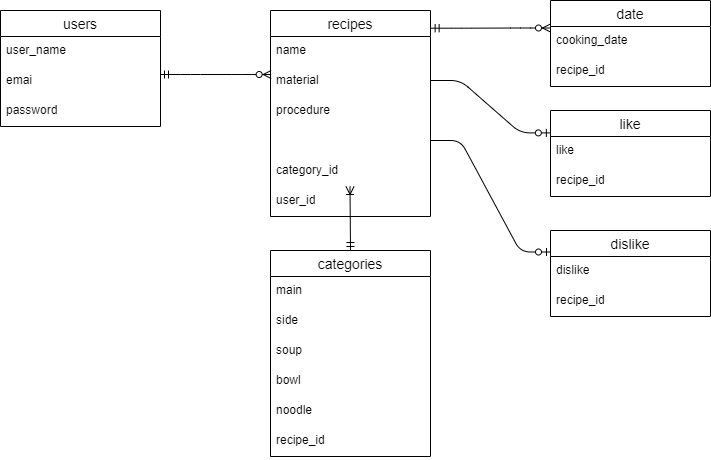
Earlier version of the draw.io export ER.drawio.png (akina0302/MyRecipe). Source tidied: cells renumbered, new cells last; positions are measured from the earlier drawing's top-left corner, leaving out a move shared by most shapes.
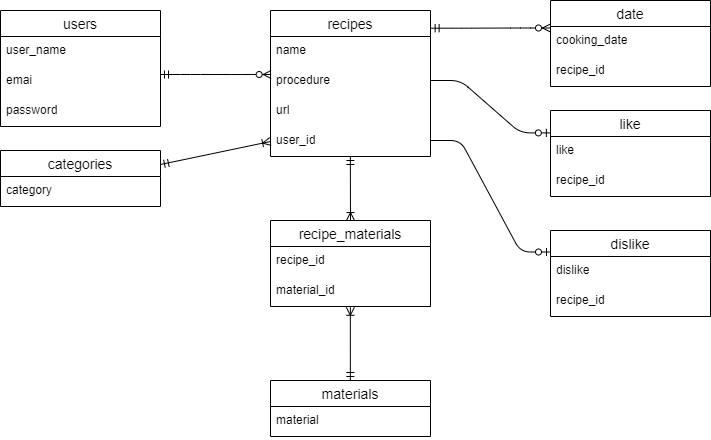
Above is the later version.

Diff of the diagram source:
```diff
@@ -15,11 +15,12 @@
       <mxGeometry y="86" width="160" height="30" as="geometry" />
     </mxCell>
     <mxCell id="6" value="recipes" style="swimlane;fontStyle=0;horizontal=1;startSize=26;align=center;fontSize=14;" parent="1" vertex="1">
-      <mxGeometry x="270" y="10" width="160" height="206" as="geometry" />
+      <mxGeometry x="270" y="10" width="160" height="146" as="geometry" />
     </mxCell>
-    <mxCell id="7" style="edgeStyle=entityRelationEdgeStyle;fontSize=12;html=1;endArrow=ERzeroToMany;startArrow=ERmandOne;entryX=0.004;entryY=0.267;entryDx=0;entryDy=0;entryPerimeter=0;" parent="6" edge="1" target="9">
+    <mxCell id="7" style="edgeStyle=entityRelationEdgeStyle;fontSize=12;html=1;endArrow=ERzeroToMany;startArrow=ERmandOne;entryX=0.004;entryY=0.267;entryDx=0;entryDy=0;entryPerimeter=0;" parent="6" edge="1">
       <mxGeometry relative="1" as="geometry">
         <mxPoint x="-110" y="64" as="sourcePoint" />
+        <mxPoint x="0.6" y="64" as="targetPoint" />
         <Array as="points">
           <mxPoint x="-50" y="71" />
           <mxPoint x="-20" y="66" />
@@ -30,42 +31,21 @@
     <mxCell id="8" value="name" style="text;strokeColor=none;fillColor=none;spacingLeft=4;spacingRight=4;overflow=hidden;fontSize=12;whiteSpace=wrap;html=1;" parent="6" vertex="1">
       <mxGeometry y="26" width="160" height="30" as="geometry" />
     </mxCell>
-    <mxCell id="9" value="material" style="text;strokeColor=none;fillColor=none;spacingLeft=4;spacingRight=4;overflow=hidden;points=[[0,0.5],[1,0.5]];portConstraint=eastwest;fontSize=12;whiteSpace=wrap;html=1;" parent="6" vertex="1">
-      <mxGeometry y="56" width="160" height="30" as="geometry" />
-    </mxCell>
     <mxCell id="10" value="procedure" style="text;strokeColor=none;fillColor=none;spacingLeft=4;spacingRight=4;overflow=hidden;fontSize=12;whiteSpace=wrap;html=1;" parent="6" vertex="1">
-      <mxGeometry y="86" width="160" height="30" as="geometry" />
+      <mxGeometry y="56" width="160" height="30" as="geometry" />
     </mxCell>
-    <mxCell id="11" style="text;strokeColor=none;fillColor=none;spacingLeft=4;spacingRight=4;overflow=hidden;fontSize=12;whiteSpace=wrap;html=1;" parent="6" vertex="1">
-      <mxGeometry y="116" width="160" height="30" as="geometry" />
+    <mxCell id="11" value="url" style="text;strokeColor=none;fillColor=none;spacingLeft=4;spacingRight=4;overflow=hidden;fontSize=12;whiteSpace=wrap;html=1;" parent="6" vertex="1">
+      <mxGeometry y="86" width="160" height="30" as="geometry" />
     </mxCell>
-    <mxCell id="12" value="category_id" style="text;strokeColor=none;fillColor=none;spacingLeft=4;spacingRight=4;overflow=hidden;fontSize=12;whiteSpace=wrap;html=1;" parent="6" vertex="1">
-      <mxGeometry y="146" width="160" height="30" as="geometry" />
-    </mxCell>
     <mxCell id="13" value="user_id" style="text;strokeColor=none;fillColor=none;spacingLeft=4;spacingRight=4;overflow=hidden;points=[[0,0.5],[1,0.5]];portConstraint=eastwest;fontSize=12;whiteSpace=wrap;html=1;" parent="6" vertex="1">
-      <mxGeometry y="176" width="160" height="30" as="geometry" />
+      <mxGeometry y="116" width="160" height="30" as="geometry" />
     </mxCell>
     <mxCell id="14" value="categories" style="swimlane;fontStyle=0;horizontal=1;startSize=26;align=center;fontSize=14;" parent="1" vertex="1">
-      <mxGeometry x="270" y="250" width="160" height="206" as="geometry" />
+      <mxGeometry y="150" width="160" height="56" as="geometry" />
     </mxCell>
-    <mxCell id="15" value="main" style="text;strokeColor=none;fillColor=none;spacingLeft=4;spacingRight=4;overflow=hidden;fontSize=12;whiteSpace=wrap;html=1;" parent="14" vertex="1">
+    <mxCell id="15" value="category" style="text;strokeColor=none;fillColor=none;spacingLeft=4;spacingRight=4;overflow=hidden;fontSize=12;whiteSpace=wrap;html=1;" parent="14" vertex="1">
       <mxGeometry y="26" width="160" height="30" as="geometry" />
     </mxCell>
-    <mxCell id="16" value="side" style="text;strokeColor=none;fillColor=none;spacingLeft=4;spacingRight=4;overflow=hidden;fontSize=12;whiteSpace=wrap;html=1;" parent="14" vertex="1">
-      <mxGeometry y="56" width="160" height="30" as="geometry" />
-    </mxCell>
-    <mxCell id="17" value="soup" style="text;strokeColor=none;fillColor=none;spacingLeft=4;spacingRight=4;overflow=hidden;fontSize=12;whiteSpace=wrap;html=1;" parent="14" vertex="1">
-      <mxGeometry y="86" width="160" height="30" as="geometry" />
-    </mxCell>
-    <mxCell id="18" value="bowl" style="text;strokeColor=none;fillColor=none;spacingLeft=4;spacingRight=4;overflow=hidden;fontSize=12;whiteSpace=wrap;html=1;" parent="14" vertex="1">
-      <mxGeometry y="116" width="160" height="30" as="geometry" />
-    </mxCell>
-    <mxCell id="19" value="noodle" style="text;strokeColor=none;fillColor=none;spacingLeft=4;spacingRight=4;overflow=hidden;fontSize=12;whiteSpace=wrap;html=1;" parent="14" vertex="1">
-      <mxGeometry y="146" width="160" height="30" as="geometry" />
-    </mxCell>
-    <mxCell id="20" value="recipe_id" style="text;strokeColor=none;fillColor=none;spacingLeft=4;spacingRight=4;overflow=hidden;fontSize=12;whiteSpace=wrap;html=1;" parent="14" vertex="1">
-      <mxGeometry y="176" width="160" height="30" as="geometry" />
-    </mxCell>
     <mxCell id="21" value="date" style="swimlane;fontStyle=0;horizontal=1;startSize=26;align=center;fontSize=14;" parent="1" vertex="1">
       <mxGeometry x="550" width="160" height="86" as="geometry" />
     </mxCell>
@@ -93,11 +73,8 @@
     <mxCell id="29" value="recipe_id" style="text;strokeColor=none;fillColor=none;spacingLeft=4;spacingRight=4;overflow=hidden;fontSize=12;whiteSpace=wrap;html=1;" parent="27" vertex="1">
       <mxGeometry y="56" width="160" height="30" as="geometry" />
     </mxCell>
-    <mxCell id="30" style="fontSize=12;html=1;endArrow=ERoneToMany;startArrow=ERmandOne;" parent="1" edge="1">
-      <mxGeometry relative="1" as="geometry">
-        <mxPoint x="350" y="250" as="sourcePoint" />
-        <mxPoint x="349.5" y="186" as="targetPoint" />
-      </mxGeometry>
+    <mxCell id="30" style="fontSize=12;html=1;endArrow=ERoneToMany;startArrow=ERmandOne;exitX=1;exitY=0.25;exitDx=0;exitDy=0;entryX=0;entryY=0.5;entryDx=0;entryDy=0;" parent="1" edge="1" source="14" target="13">
+      <mxGeometry relative="1" as="geometry" />
     </mxCell>
     <mxCell id="31" style="edgeStyle=entityRelationEdgeStyle;fontSize=12;html=1;endArrow=ERzeroToMany;startArrow=ERmandOne;entryX=0;entryY=0.5;entryDx=0;entryDy=0;exitX=1.004;exitY=0.173;exitDx=0;exitDy=0;exitPerimeter=0;" parent="1" edge="1">
       <mxGeometry relative="1" as="geometry">
@@ -115,5 +92,31 @@
         <mxPoint x="430" y="140" as="sourcePoint" />
       </mxGeometry>
     </mxCell>
+    <mxCell id="34" value="materials" style="swimlane;fontStyle=0;horizontal=1;startSize=26;align=center;fontSize=14;" parent="1" vertex="1">
+      <mxGeometry x="270" y="380" width="160" height="56" as="geometry" />
+    </mxCell>
+    <mxCell id="9" value="material" style="text;strokeColor=none;fillColor=none;spacingLeft=4;spacingRight=4;overflow=hidden;points=[[0,0.5],[1,0.5]];portConstraint=eastwest;fontSize=12;whiteSpace=wrap;html=1;" parent="34" vertex="1">
+      <mxGeometry y="26" width="160" height="30" as="geometry" />
+    </mxCell>
+    <mxCell id="35" value="recipe_materials" style="swimlane;fontStyle=0;horizontal=1;startSize=26;align=center;fontSize=14;" parent="1" vertex="1">
+      <mxGeometry x="270" y="220" width="160" height="86" as="geometry" />
+    </mxCell>
+    <mxCell id="20" value="recipe_id" style="text;strokeColor=none;fillColor=none;spacingLeft=4;spacingRight=4;overflow=hidden;fontSize=12;whiteSpace=wrap;html=1;" parent="35" vertex="1">
+      <mxGeometry y="26" width="160" height="30" as="geometry" />
+    </mxCell>
+    <mxCell id="36" value="material_id" style="text;strokeColor=none;fillColor=none;spacingLeft=4;spacingRight=4;overflow=hidden;points=[[0,0.5],[1,0.5]];portConstraint=eastwest;fontSize=12;whiteSpace=wrap;html=1;" parent="35" vertex="1">
+      <mxGeometry y="56" width="160" height="30" as="geometry" />
+    </mxCell>
+    <mxCell id="37" style="fontSize=12;html=1;endArrow=ERoneToMany;startArrow=ERmandOne;entryX=0.499;entryY=1.027;entryDx=0;entryDy=0;entryPerimeter=0;" parent="1" edge="1" target="36">
+      <mxGeometry relative="1" as="geometry">
+        <mxPoint x="349.9" y="380" as="sourcePoint" />
+      </mxGeometry>
+    </mxCell>
+    <mxCell id="38" style="fontSize=12;html=1;endArrow=ERoneToMany;startArrow=ERmandOne;exitX=0.499;exitY=0.92;exitDx=0;exitDy=0;exitPerimeter=0;" parent="1" edge="1">
+      <mxGeometry relative="1" as="geometry">
+        <mxPoint x="349.8" y="156" as="sourcePoint" />
+        <mxPoint x="350" y="220" as="targetPoint" />
+      </mxGeometry>
+    </mxCell>
   </root>
 </mxGraphModel>
```
